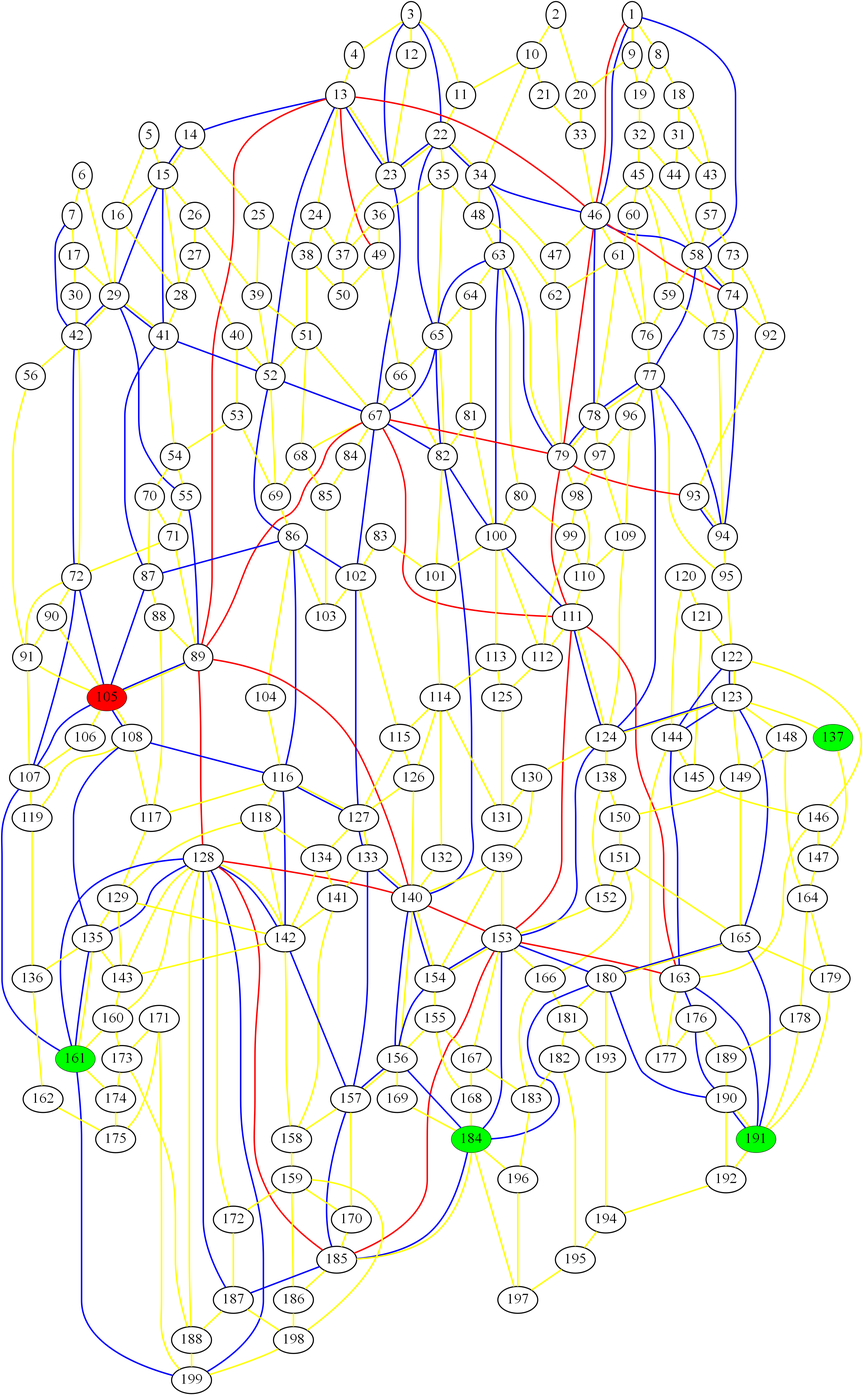
ed-churchill/complex-systems-project keeps this Graphviz diagram as graph_8.png. Above is the earlier version. Its source is kept beside it as graph_8.gv.
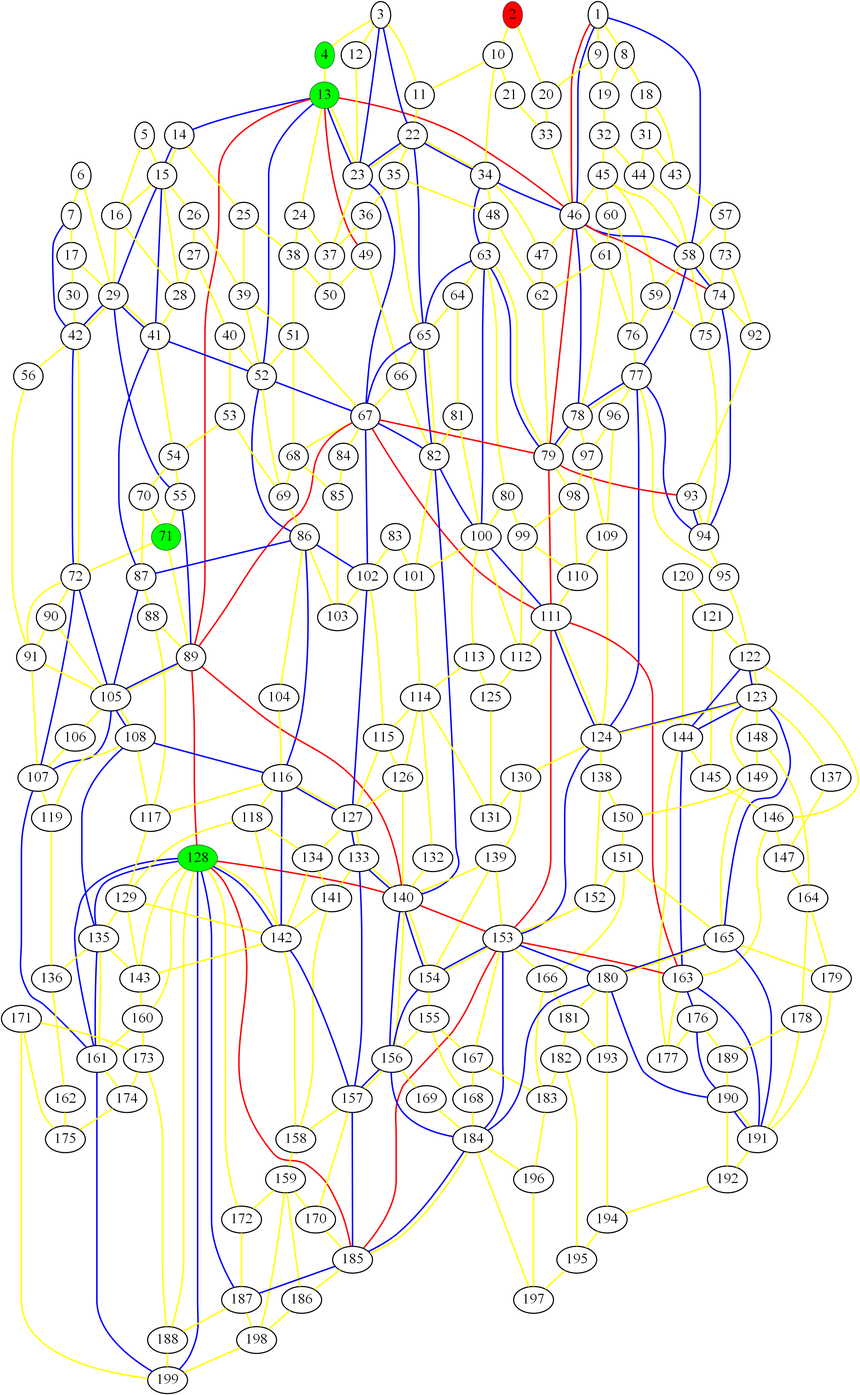
Later version of the same file.

What changed in the source:
```diff
@@ -1,13 +1,11 @@
 graph london_graph {
-105 [fillcolor=red, fontsize=40, pendwidth=3, style=filled];
-161 [fillcolor=green, fontsize=40, pendwidth=3, style=filled];
-137 [fillcolor=green, fontsize=40, pendwidth=3, style=filled];
-191 [fillcolor=green, fontsize=40, pendwidth=3, style=filled];
-184 [fillcolor=green, fontsize=40, pendwidth=3, style=filled];
+2 [fillcolor=red, fontsize=40, pendwidth=3, style=filled];
+71 [fillcolor=green, fontsize=40, pendwidth=3, style=filled];
+4 [fillcolor=green, fontsize=40, pendwidth=3, style=filled];
+128 [fillcolor=green, fontsize=40, pendwidth=3, style=filled];
+13 [fillcolor=green, fontsize=40, pendwidth=3, style=filled];
 1 [fontsize=40, penwidth=3];
-2 [fontsize=40, penwidth=3];
 3 [fontsize=40, penwidth=3];
-4 [fontsize=40, penwidth=3];
 5 [fontsize=40, penwidth=3];
 6 [fontsize=40, penwidth=3];
 7 [fontsize=40, penwidth=3];
@@ -16,7 +14,6 @@
 10 [fontsize=40, penwidth=3];
 11 [fontsize=40, penwidth=3];
 12 [fontsize=40, penwidth=3];
-13 [fontsize=40, penwidth=3];
 14 [fontsize=40, penwidth=3];
 15 [fontsize=40, penwidth=3];
 16 [fontsize=40, penwidth=3];
@@ -74,7 +71,6 @@
 68 [fontsize=40, penwidth=3];
 69 [fontsize=40, penwidth=3];
 70 [fontsize=40, penwidth=3];
-71 [fontsize=40, penwidth=3];
 72 [fontsize=40, penwidth=3];
 73 [fontsize=40, penwidth=3];
 74 [fontsize=40, penwidth=3];
@@ -108,6 +104,7 @@
 102 [fontsize=40, penwidth=3];
 103 [fontsize=40, penwidth=3];
 104 [fontsize=40, penwidth=3];
+105 [fontsize=40, penwidth=3];
 106 [fontsize=40, penwidth=3];
 107 [fontsize=40, penwidth=3];
 108 [fontsize=40, penwidth=3];
@@ -130,7 +127,6 @@
 125 [fontsize=40, penwidth=3];
 126 [fontsize=40, penwidth=3];
 127 [fontsize=40, penwidth=3];
-128 [fontsize=40, penwidth=3];
 129 [fontsize=40, penwidth=3];
 130 [fontsize=40, penwidth=3];
 131 [fontsize=40, penwidth=3];
@@ -139,6 +135,7 @@
 134 [fontsize=40, penwidth=3];
 135 [fontsize=40, penwidth=3];
 136 [fontsize=40, penwidth=3];
+137 [fontsize=40, penwidth=3];
 138 [fontsize=40, penwidth=3];
 139 [fontsize=40, penwidth=3];
 140 [fontsize=40, penwidth=3];
@@ -162,6 +159,7 @@
 158 [fontsize=40, penwidth=3];
 159 [fontsize=40, penwidth=3];
 160 [fontsize=40, penwidth=3];
+161 [fontsize=40, penwidth=3];
 162 [fontsize=40, penwidth=3];
 163 [fontsize=40, penwidth=3];
 164 [fontsize=40, penwidth=3];
@@ -184,12 +182,14 @@
 181 [fontsize=40, penwidth=3];
 182 [fontsize=40, penwidth=3];
 183 [fontsize=40, penwidth=3];
+184 [fontsize=40, penwidth=3];
 185 [fontsize=40, penwidth=3];
 186 [fontsize=40, penwidth=3];
 187 [fontsize=40, penwidth=3];
 188 [fontsize=40, penwidth=3];
 189 [fontsize=40, penwidth=3];
 190 [fontsize=40, penwidth=3];
+191 [fontsize=40, penwidth=3];
 192 [fontsize=40, penwidth=3];
 193 [fontsize=40, penwidth=3];
 194 [fontsize=40, penwidth=3];
```
